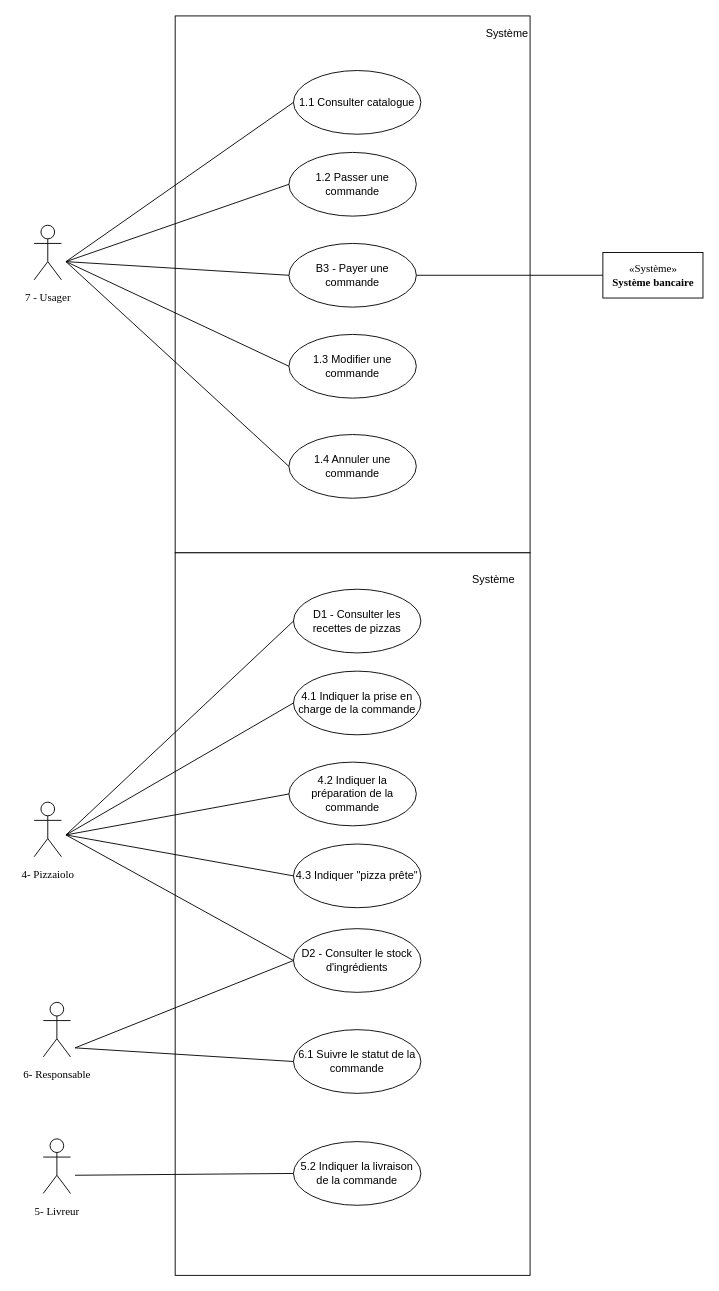
Earlier version of the draw.io diagram diagramme_cas-utilisation_entier.drawio (StephenAOGOLO/P4_Analysez_les_besoins). Source tidied: cells renumbered, new cells numbered last; positions are measured from the earlier drawing's top-left corner, leaving out a move shared by most shapes. Both pictures are drawn from the tidied source at 91%, with x=0, y=0 at pixel (15, 15).
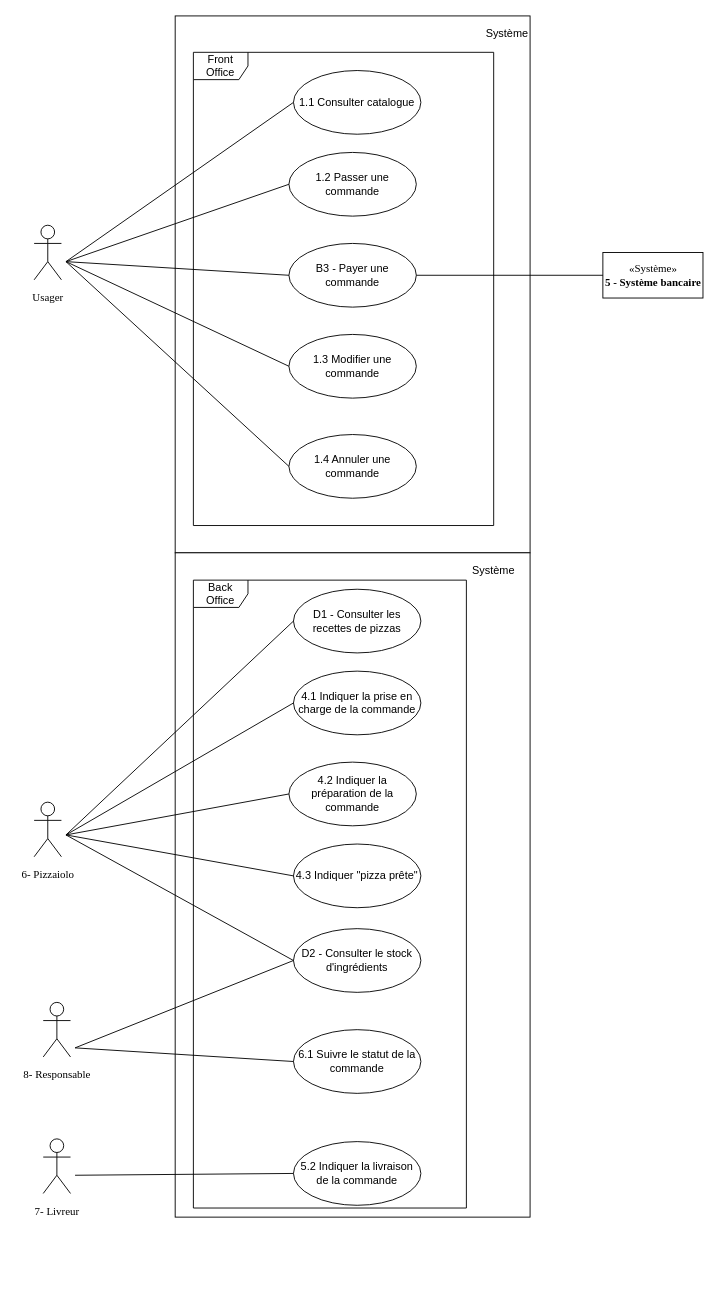
After the change.

The change refers to these unchanged cells:
```xml
<mxCell id="2" style="group;" parent="1" vertex="1">
  <mxGeometry x="15" y="230" width="55" height="90" as="geometry" />
</mxCell>
<mxCell id="19" style="group;" parent="1" vertex="1">
  <mxGeometry x="25" y="1084" width="65" height="90" as="geometry" />
</mxCell>
<mxCell id="30" style="group;" parent="1" vertex="1">
  <mxGeometry x="15" y="864" width="55" height="90" as="geometry" />
</mxCell>
<mxCell id="33" style="group;" parent="1" vertex="1">
  <mxGeometry x="25" y="1234" width="60" height="90" as="geometry" />
</mxCell>
```

Diff of the diagram source:
```diff
@@
-    <mxCell id="4" value="7 - Usager" style="text;html=1;align=center;verticalAlign=middle;fontFamily=Times New Roman;fontColor=none;" parent="2" vertex="1">
-      <mxGeometry x="-15" y="70" width="70" height="20" as="geometry" />
+    <mxCell id="4" value="Usager" style="text;html=1;align=center;verticalAlign=middle;fontFamily=Times New Roman;fontColor=none;" parent="2" vertex="1">
+      <mxGeometry x="-5" y="70" width="50" height="20" as="geometry" />
     </mxCell>
-    <mxCell id="5" value="«Système»&lt;br&gt;&lt;b&gt;Système bancaire&lt;br&gt;&lt;/b&gt;" style="html=1;labelBackgroundColor=none;fontFamily=Times New Roman;fontColor=none;" parent="1" vertex="1">
+    <mxCell id="5" value="«Système»&lt;br&gt;&lt;b&gt;5 - Système bancaire&lt;br&gt;&lt;/b&gt;" style="html=1;labelBackgroundColor=none;fontFamily=Times New Roman;fontColor=none;" parent="1" vertex="1">
       <mxGeometry x="645" y="260" width="110" height="50" as="geometry" />
     </mxCell>
@@
-    <mxCell id="21" value="6- Responsable" style="text;html=1;align=center;verticalAlign=middle;fontFamily=Times New Roman;fontColor=none;" parent="19" vertex="1">
+    <mxCell id="21" value="8- Responsable" style="text;html=1;align=center;verticalAlign=middle;fontFamily=Times New Roman;fontColor=none;" parent="19" vertex="1">
       <mxGeometry x="-25" y="70" width="90" height="20" as="geometry" />
     </mxCell>
     <mxCell id="22" style="rounded=0;whiteSpace=wrap;html=1;" parent="1" vertex="1">
-      <mxGeometry x="175" y="590" width="390" height="794" as="geometry" />
+      <mxGeometry x="175" y="590" width="390" height="730" as="geometry" />
     </mxCell>
     <mxCell id="23" value="Système" style="text;html=1;strokeColor=none;fillColor=none;align=center;verticalAlign=middle;whiteSpace=wrap;rounded=0;" parent="1" vertex="1">
-      <mxGeometry x="505" y="610" width="40" height="20" as="geometry" />
+      <mxGeometry x="505" y="600" width="40" height="20" as="geometry" />
     </mxCell>
@@
-    <mxCell id="32" value="4- Pizzaiolo" style="text;html=1;align=center;verticalAlign=middle;fontFamily=Times New Roman;fontColor=none;" parent="30" vertex="1">
+    <mxCell id="32" value="6- Pizzaiolo" style="text;html=1;align=center;verticalAlign=middle;fontFamily=Times New Roman;fontColor=none;" parent="30" vertex="1">
       <mxGeometry x="-15" y="70" width="70" height="20" as="geometry" />
     </mxCell>
@@
-    <mxCell id="35" value="5- Livreur" style="text;html=1;align=center;verticalAlign=middle;fontFamily=Times New Roman;fontColor=none;" parent="33" vertex="1">
+    <mxCell id="35" value="7- Livreur" style="text;html=1;align=center;verticalAlign=middle;fontFamily=Times New Roman;fontColor=none;" parent="33" vertex="1">
       <mxGeometry x="-10" y="70" width="60" height="20" as="geometry" />
     </mxCell>
@@
+    <mxCell id="45" value="Front Office" style="shape=umlFrame;whiteSpace=wrap;html=1;fillColor=none;" parent="1" vertex="1">
+      <mxGeometry x="195" y="40" width="330" height="520" as="geometry" />
+    </mxCell>
+    <mxCell id="46" value="Back Office" style="shape=umlFrame;whiteSpace=wrap;html=1;fillColor=none;" parent="1" vertex="1">
+      <mxGeometry x="195" y="620" width="300" height="690" as="geometry" />
+    </mxCell>
```
